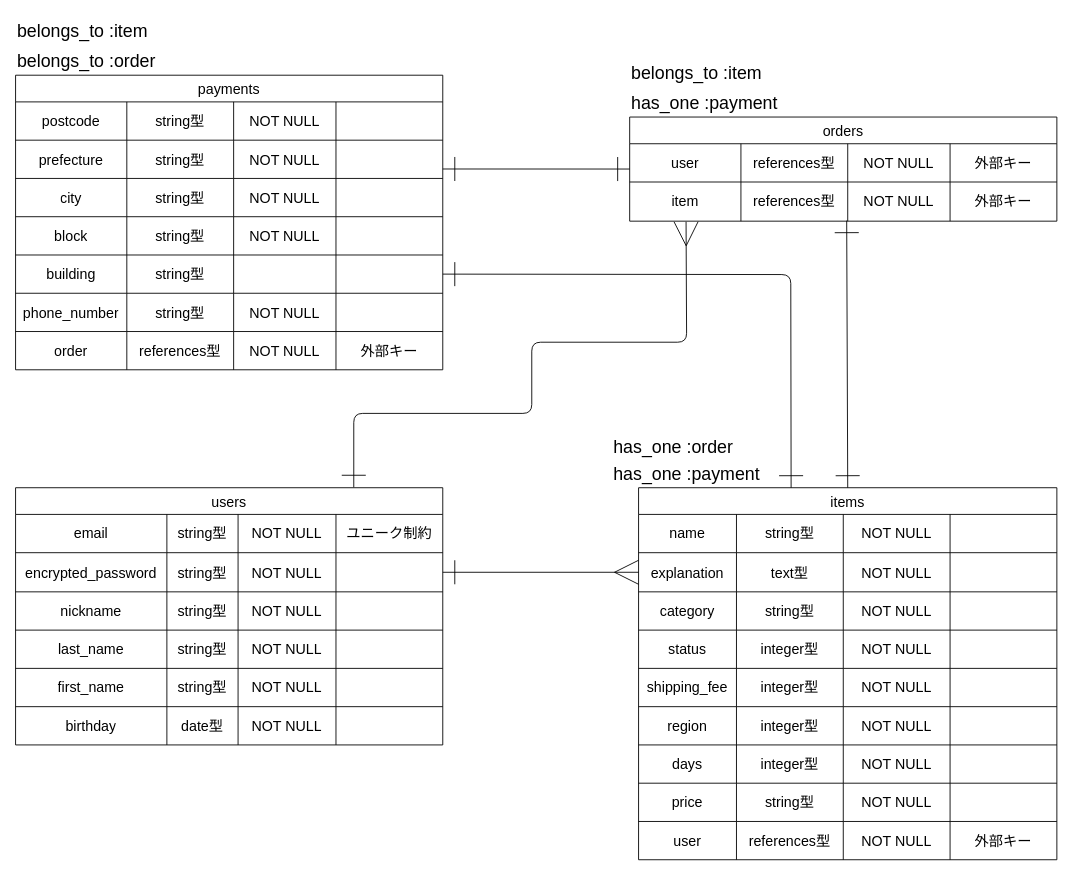
The draw.io diagram ER.dio in kentofreedomuse-bot/furima-48459, before the edit. Source tidied: cells renumbered, new cells numbered last; positions are measured from the earlier drawing's top-left corner, leaving out a move shared by most shapes. Both pictures are drawn from the tidied source at 89%, with x=0, y=0 at pixel (15, 15).
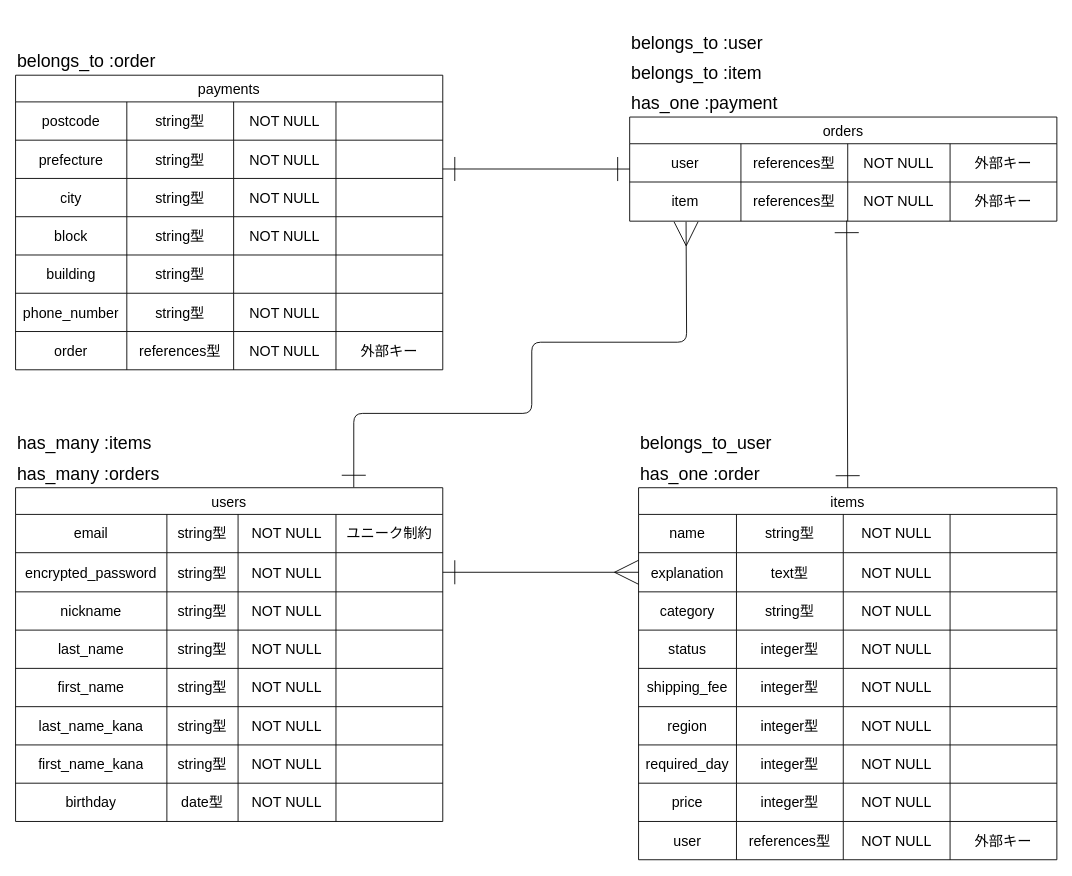
After the change.

Commit message (it also covers changes not shown here):
データベース設計　修正

Unchanged cells that the change refers to:
```xml
<mxCell id="33" style="shape=tableRow;horizontal=0;startSize=0;swimlaneHead=0;swimlaneBody=0;strokeColor=inherit;top=0;left=0;bottom=0;right=0;fillColor=none;fontSize=16;" parent="2" vertex="1">
  <mxGeometry y="289" width="470" height="43" as="geometry" />
</mxCell>
<mxCell id="38" style="shape=tableRow;horizontal=0;startSize=0;swimlaneHead=0;swimlaneBody=0;strokeColor=inherit;top=0;left=0;bottom=0;right=0;fillColor=none;fontSize=16;" parent="2" vertex="1">
  <mxGeometry y="332" width="470" height="43" as="geometry" />
</mxCell>
<mxCell id="115" style="shape=tableRow;horizontal=0;startSize=0;swimlaneHead=0;swimlaneBody=0;strokeColor=inherit;top=0;left=0;bottom=0;right=0;fillColor=none;points=[[0,0.5],[1,0.5]];portConstraint=eastwest;fontSize=16;" parent="94" vertex="1">
  <mxGeometry y="202" width="480" height="43" as="geometry" />
</mxCell>
```

Change to the diagram source:
```diff
@@
-    <mxCell id="34" value="days" style="shape=partialRectangle;html=1;whiteSpace=wrap;strokeColor=inherit;overflow=hidden;fillColor=none;top=0;left=0;bottom=0;right=0;fontSize=16;" parent="33" vertex="1">
+    <mxCell id="34" value="required_day" style="shape=partialRectangle;html=1;whiteSpace=wrap;strokeColor=inherit;overflow=hidden;fillColor=none;top=0;left=0;bottom=0;right=0;fontSize=16;" parent="33" vertex="1">
       <mxGeometry width="110" height="43" as="geometry" />
     </mxCell>
@@
-    <mxCell id="40" value="string型" style="shape=partialRectangle;html=1;whiteSpace=wrap;strokeColor=inherit;overflow=hidden;fillColor=none;top=0;left=0;bottom=0;right=0;fontSize=16;" parent="38" vertex="1">
+    <mxCell id="40" value="&lt;span style=&quot;color: rgb(0, 0, 0);&quot;&gt;integer型&lt;/span&gt;" style="shape=partialRectangle;html=1;whiteSpace=wrap;strokeColor=inherit;overflow=hidden;fillColor=none;top=0;left=0;bottom=0;right=0;fontSize=16;" parent="38" vertex="1">
       <mxGeometry x="110" width="120" height="43" as="geometry" />
     </mxCell>
@@
     <mxCell id="48" value="users" style="shape=table;startSize=30;childLayout=tableLayout;strokeColor=default;fontSize=16;" parent="1" vertex="1">
-      <mxGeometry y="530.5" width="480" height="289" as="geometry" />
+      <mxGeometry y="530.5" width="480" height="375" as="geometry" />
     </mxCell>
@@
+    <mxCell id="138" style="shape=tableRow;horizontal=0;startSize=0;swimlaneHead=0;swimlaneBody=0;strokeColor=inherit;top=0;left=0;bottom=0;right=0;fillColor=none;fontSize=16;" parent="48" vertex="1">
+      <mxGeometry y="246" width="480" height="43" as="geometry" />
+    </mxCell>
+    <mxCell id="139" value="&lt;span style=&quot;color: rgb(0, 0, 0);&quot;&gt;last_name_kana&lt;/span&gt;" style="shape=partialRectangle;html=1;whiteSpace=wrap;strokeColor=inherit;overflow=hidden;fillColor=none;top=0;left=0;bottom=0;right=0;fontSize=16;" parent="138" vertex="1">
+      <mxGeometry width="170" height="43" as="geometry" />
+    </mxCell>
+    <mxCell id="140" value="&lt;span style=&quot;color: rgb(0, 0, 0);&quot;&gt;string型&lt;/span&gt;" style="shape=partialRectangle;html=1;whiteSpace=wrap;strokeColor=inherit;overflow=hidden;fillColor=none;top=0;left=0;bottom=0;right=0;fontSize=16;" parent="138" vertex="1">
+      <mxGeometry x="170" width="80" height="43" as="geometry" />
+    </mxCell>
+    <mxCell id="141" value="&lt;span style=&quot;color: rgb(0, 0, 0);&quot;&gt;NOT NULL&lt;/span&gt;" style="shape=partialRectangle;html=1;whiteSpace=wrap;strokeColor=inherit;overflow=hidden;fillColor=none;top=0;left=0;bottom=0;right=0;fontSize=16;" parent="138" vertex="1">
+      <mxGeometry x="250" width="110" height="43" as="geometry" />
+    </mxCell>
+    <mxCell id="142" style="shape=partialRectangle;html=1;whiteSpace=wrap;strokeColor=inherit;overflow=hidden;fillColor=none;top=0;left=0;bottom=0;right=0;fontSize=16;" parent="138" vertex="1">
+      <mxGeometry x="360" width="120" height="43" as="geometry" />
+    </mxCell>
+    <mxCell id="143" style="shape=tableRow;horizontal=0;startSize=0;swimlaneHead=0;swimlaneBody=0;strokeColor=inherit;top=0;left=0;bottom=0;right=0;fillColor=none;fontSize=16;" parent="48" vertex="1">
+      <mxGeometry y="289" width="480" height="43" as="geometry" />
+    </mxCell>
+    <mxCell id="144" value="&lt;span style=&quot;color: rgb(0, 0, 0);&quot;&gt;first_name_kana&lt;/span&gt;" style="shape=partialRectangle;html=1;whiteSpace=wrap;strokeColor=inherit;overflow=hidden;fillColor=none;top=0;left=0;bottom=0;right=0;fontSize=16;" parent="143" vertex="1">
+      <mxGeometry width="170" height="43" as="geometry" />
+    </mxCell>
+    <mxCell id="145" value="&lt;span style=&quot;color: rgb(0, 0, 0);&quot;&gt;string型&lt;/span&gt;" style="shape=partialRectangle;html=1;whiteSpace=wrap;strokeColor=inherit;overflow=hidden;fillColor=none;top=0;left=0;bottom=0;right=0;fontSize=16;" parent="143" vertex="1">
+      <mxGeometry x="170" width="80" height="43" as="geometry" />
+    </mxCell>
+    <mxCell id="146" value="&lt;span style=&quot;color: rgb(0, 0, 0);&quot;&gt;NOT NULL&lt;/span&gt;" style="shape=partialRectangle;html=1;whiteSpace=wrap;strokeColor=inherit;overflow=hidden;fillColor=none;top=0;left=0;bottom=0;right=0;fontSize=16;" parent="143" vertex="1">
+      <mxGeometry x="250" width="110" height="43" as="geometry" />
+    </mxCell>
+    <mxCell id="147" style="shape=partialRectangle;html=1;whiteSpace=wrap;strokeColor=inherit;overflow=hidden;fillColor=none;top=0;left=0;bottom=0;right=0;fontSize=16;" parent="143" vertex="1">
+      <mxGeometry x="360" width="120" height="43" as="geometry" />
+    </mxCell>
     <mxCell id="74" style="shape=tableRow;horizontal=0;startSize=0;swimlaneHead=0;swimlaneBody=0;strokeColor=inherit;top=0;left=0;bottom=0;right=0;fillColor=none;fontSize=16;" parent="48" vertex="1">
-      <mxGeometry y="246" width="480" height="43" as="geometry" />
+      <mxGeometry y="332" width="480" height="43" as="geometry" />
     </mxCell>
@@
-    <mxCell id="92" value="has_one :payment" style="text;strokeColor=none;fillColor=none;html=1;fontSize=20;fontStyle=0;verticalAlign=middle;align=left;" parent="1" vertex="1">
-      <mxGeometry x="670" y="497" width="160" height="33.5" as="geometry" />
-    </mxCell>
@@
-    <mxCell id="132" style="edgeStyle=none;html=1;exitX=1;exitY=0.5;exitDx=0;exitDy=0;entryX=0.386;entryY=0;entryDx=0;entryDy=0;entryPerimeter=0;endArrow=ERone;endFill=0;startArrow=ERone;startFill=0;endSize=25;startSize=25;" parent="1" edge="1" source="115">
-      <mxGeometry relative="1" as="geometry">
-        <mxPoint x="871.4" y="530.5" as="targetPoint" />
-        <Array as="points">
-          <mxPoint x="871" y="291" />
-        </Array>
-      </mxGeometry>
-    </mxCell>
@@
     <mxCell id="135" value="has_one :order" style="text;strokeColor=none;fillColor=none;html=1;fontSize=20;fontStyle=0;verticalAlign=middle;align=left;" parent="1" vertex="1">
-      <mxGeometry x="670" y="467" width="160" height="33.5" as="geometry" />
+      <mxGeometry x="700" y="497" width="160" height="33.5" as="geometry" />
     </mxCell>
@@
-    <mxCell id="137" value="belongs_to :item" style="text;strokeColor=none;fillColor=none;html=1;fontSize=20;fontStyle=0;verticalAlign=middle;align=left;" parent="1" vertex="1">
-      <mxGeometry width="160" height="33.5" as="geometry" />
-    </mxCell>
+    <mxCell id="148" value="belongs_to_user" style="text;strokeColor=none;fillColor=none;html=1;fontSize=20;fontStyle=0;verticalAlign=middle;align=left;" parent="1" vertex="1">
+      <mxGeometry x="700" y="463.5" width="160" height="33.5" as="geometry" />
+    </mxCell>
+    <mxCell id="149" value="has_many :orders" style="text;strokeColor=none;fillColor=none;html=1;fontSize=20;fontStyle=0;verticalAlign=middle;align=left;" parent="1" vertex="1">
+      <mxGeometry y="497" width="160" height="33.5" as="geometry" />
+    </mxCell>
+    <mxCell id="150" value="has_many :items" style="text;strokeColor=none;fillColor=none;html=1;fontSize=20;fontStyle=0;verticalAlign=middle;align=left;" parent="1" vertex="1">
+      <mxGeometry y="463.5" width="160" height="33.5" as="geometry" />
+    </mxCell>
+    <mxCell id="151" value="belongs_to :user" style="text;strokeColor=none;fillColor=none;html=1;fontSize=20;fontStyle=0;verticalAlign=middle;align=left;" parent="1" vertex="1">
+      <mxGeometry x="690" y="13.5" width="160" height="33.5" as="geometry" />
+    </mxCell>
```
